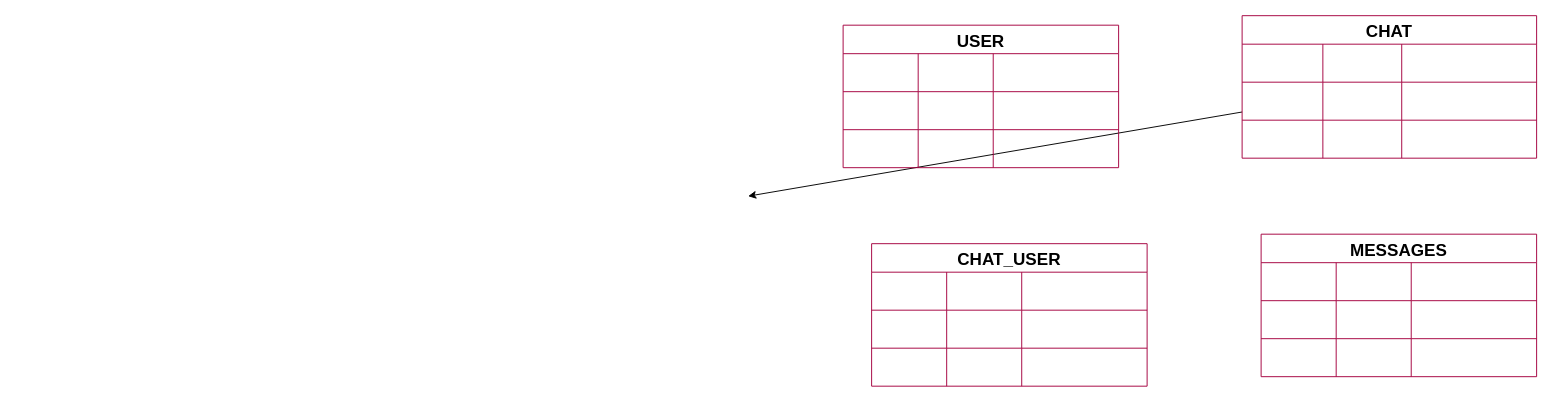
Earlier version of the draw.io diagram page "Page-2" (2 of 2) of backend/plan.drawio (m7mdmetwally1/WhatsApp). Source tidied: cells renumbered, new cells numbered last; positions are measured from the earlier drawing's top-left corner, leaving out a move shared by most shapes. Both pictures are drawn from the tidied source at 95%, with x=0, y=0 at pixel (748, 15).
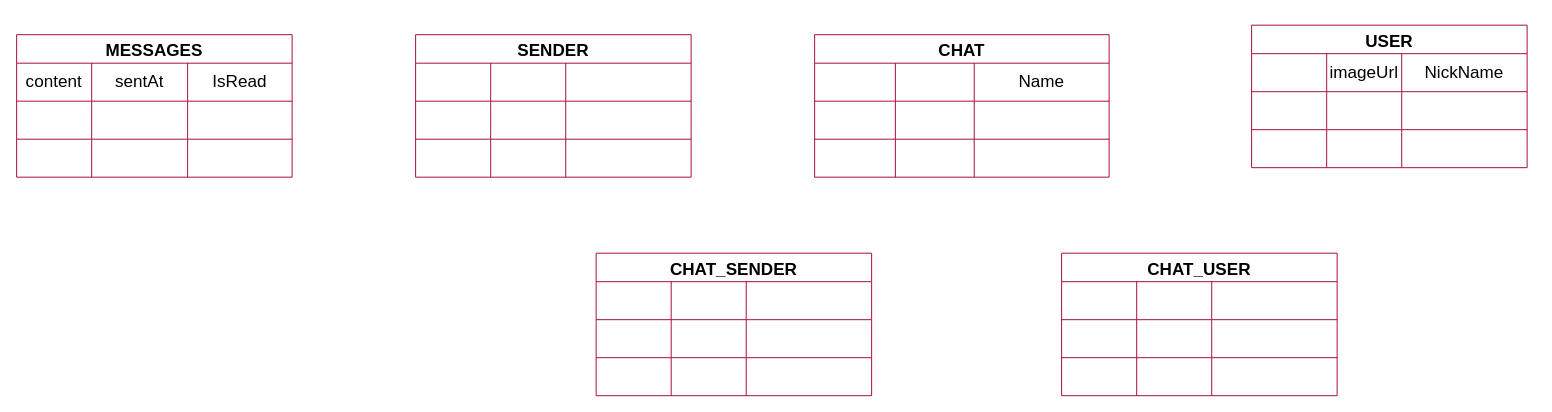
The same diagram, later.

The change refers to these unchanged cells:
```xml
<mxCell id="4" style="shape=tableRow;horizontal=0;startSize=0;swimlaneHead=0;swimlaneBody=0;top=0;left=0;bottom=0;right=0;fillColor=none;strokeColor=#A50040;fontSize=18;" parent="3" vertex="1">
  <mxGeometry y="30" width="310" height="40" as="geometry" />
</mxCell>
<mxCell id="17" style="shape=tableRow;horizontal=0;startSize=0;swimlaneHead=0;swimlaneBody=0;top=0;left=0;bottom=0;right=0;fillColor=none;strokeColor=#A50040;fontSize=18;" parent="16" vertex="1">
  <mxGeometry y="30" width="290" height="40" as="geometry" />
</mxCell>
<mxCell id="30" style="shape=tableRow;horizontal=0;startSize=0;swimlaneHead=0;swimlaneBody=0;top=0;left=0;bottom=0;right=0;fillColor=none;strokeColor=#A50040;fontSize=18;" parent="29" vertex="1">
  <mxGeometry y="30" width="290" height="40" as="geometry" />
</mxCell>
<mxCell id="34" style="shape=tableRow;horizontal=0;startSize=0;swimlaneHead=0;swimlaneBody=0;top=0;left=0;bottom=0;right=0;fillColor=none;strokeColor=#A50040;fontSize=18;" parent="29" vertex="1">
  <mxGeometry y="70" width="290" height="40" as="geometry" />
</mxCell>
<mxCell id="38" style="shape=tableRow;horizontal=0;startSize=0;swimlaneHead=0;swimlaneBody=0;top=0;left=0;bottom=0;right=0;fillColor=none;strokeColor=#A50040;fontSize=18;" parent="29" vertex="1">
  <mxGeometry y="110" width="290" height="40" as="geometry" />
</mxCell>
```

Diff of the diagram source:
```diff
@@
-    <mxCell id="2" style="edgeStyle=none;html=1;fontSize=18;" parent="1" edge="1" source="3">
-      <mxGeometry relative="1" as="geometry">
-        <mxPoint y="190" as="targetPoint" />
-      </mxGeometry>
-    </mxCell>
     <mxCell id="3" value="CHAT" style="shape=table;startSize=30;childLayout=tableLayout;fontStyle=1;align=center;strokeColor=#A50040;fontSize=18;" parent="1" vertex="1">
-      <mxGeometry x="520" width="310" height="150" as="geometry" />
+      <mxGeometry x="70" y="20" width="310" height="150" as="geometry" />
     </mxCell>
@@
-    <mxCell id="7" style="shape=partialRectangle;html=1;whiteSpace=wrap;fillColor=none;top=0;left=0;bottom=0;right=0;overflow=hidden;strokeColor=#A50040;fontSize=18;" parent="4" vertex="1">
+    <mxCell id="7" value="Name" style="shape=partialRectangle;html=1;whiteSpace=wrap;fillColor=none;top=0;left=0;bottom=0;right=0;overflow=hidden;strokeColor=#A50040;fontSize=18;" parent="4" vertex="1">
       <mxGeometry x="168" width="142" height="40" as="geometry" />
     </mxCell>
@@
     <mxCell id="16" value="USER" style="shape=table;startSize=30;childLayout=tableLayout;fontStyle=1;align=center;strokeColor=#A50040;fontSize=18;" parent="1" vertex="1">
-      <mxGeometry x="100" y="10" width="290" height="150" as="geometry" />
+      <mxGeometry x="530" y="10" width="290" height="150" as="geometry" />
     </mxCell>
@@
-    <mxCell id="19" style="shape=partialRectangle;html=1;whiteSpace=wrap;fillColor=none;top=0;left=0;bottom=0;right=0;overflow=hidden;strokeColor=#A50040;fontSize=18;" parent="17" vertex="1">
+    <mxCell id="19" value="imageUrl" style="shape=partialRectangle;html=1;whiteSpace=wrap;fillColor=none;top=0;left=0;bottom=0;right=0;overflow=hidden;strokeColor=#A50040;fontSize=18;" parent="17" vertex="1">
       <mxGeometry x="79" width="79" height="40" as="geometry" />
     </mxCell>
-    <mxCell id="20" style="shape=partialRectangle;html=1;whiteSpace=wrap;fillColor=none;top=0;left=0;bottom=0;right=0;overflow=hidden;strokeColor=#A50040;fontSize=18;" parent="17" vertex="1">
+    <mxCell id="20" value="NickName" style="shape=partialRectangle;html=1;whiteSpace=wrap;fillColor=none;top=0;left=0;bottom=0;right=0;overflow=hidden;strokeColor=#A50040;fontSize=18;" parent="17" vertex="1">
       <mxGeometry x="158" width="132" height="40" as="geometry" />
     </mxCell>
@@
     <mxCell id="29" value="MESSAGES" style="shape=table;startSize=30;childLayout=tableLayout;fontStyle=1;align=center;strokeColor=#A50040;fontSize=18;" parent="1" vertex="1">
-      <mxGeometry x="540" y="230" width="290" height="150" as="geometry" />
+      <mxGeometry x="-770" y="20" width="290" height="150" as="geometry" />
     </mxCell>
@@
-    <mxCell id="31" style="shape=partialRectangle;html=1;whiteSpace=wrap;fillColor=none;top=0;left=0;bottom=0;right=0;overflow=hidden;strokeColor=#A50040;fontSize=18;" parent="30" vertex="1">
+    <mxCell id="31" value="content" style="shape=partialRectangle;html=1;whiteSpace=wrap;fillColor=none;top=0;left=0;bottom=0;right=0;overflow=hidden;strokeColor=#A50040;fontSize=18;" parent="30" vertex="1">
       <mxGeometry width="79" height="40" as="geometry" />
     </mxCell>
-    <mxCell id="32" style="shape=partialRectangle;html=1;whiteSpace=wrap;fillColor=none;top=0;left=0;bottom=0;right=0;overflow=hidden;strokeColor=#A50040;fontSize=18;" parent="30" vertex="1">
-      <mxGeometry x="79" width="79" height="40" as="geometry" />
+    <mxCell id="32" value="sentAt" style="shape=partialRectangle;html=1;whiteSpace=wrap;fillColor=none;top=0;left=0;bottom=0;right=0;overflow=hidden;strokeColor=#A50040;fontSize=18;" parent="30" vertex="1">
+      <mxGeometry x="79" width="101" height="40" as="geometry" />
     </mxCell>
-    <mxCell id="33" style="shape=partialRectangle;html=1;whiteSpace=wrap;fillColor=none;top=0;left=0;bottom=0;right=0;overflow=hidden;strokeColor=#A50040;fontSize=18;" parent="30" vertex="1">
-      <mxGeometry x="158" width="132" height="40" as="geometry" />
+    <mxCell id="33" value="IsRead" style="shape=partialRectangle;html=1;whiteSpace=wrap;fillColor=none;top=0;left=0;bottom=0;right=0;overflow=hidden;strokeColor=#A50040;fontSize=18;" parent="30" vertex="1">
+      <mxGeometry x="180" width="110" height="40" as="geometry" />
     </mxCell>
@@
     <mxCell id="36" style="shape=partialRectangle;html=1;whiteSpace=wrap;fillColor=none;top=0;left=0;bottom=0;right=0;overflow=hidden;strokeColor=#A50040;fontSize=18;" parent="34" vertex="1">
-      <mxGeometry x="79" width="79" height="40" as="geometry" />
+      <mxGeometry x="79" width="101" height="40" as="geometry" />
     </mxCell>
     <mxCell id="37" style="shape=partialRectangle;html=1;whiteSpace=wrap;fillColor=none;top=0;left=0;bottom=0;right=0;overflow=hidden;strokeColor=#A50040;fontSize=18;" parent="34" vertex="1">
-      <mxGeometry x="158" width="132" height="40" as="geometry" />
+      <mxGeometry x="180" width="110" height="40" as="geometry" />
     </mxCell>
@@
     <mxCell id="40" style="shape=partialRectangle;html=1;whiteSpace=wrap;fillColor=none;top=0;left=0;bottom=0;right=0;overflow=hidden;strokeColor=#A50040;fontSize=18;" parent="38" vertex="1">
-      <mxGeometry x="79" width="79" height="40" as="geometry" />
+      <mxGeometry x="79" width="101" height="40" as="geometry" />
     </mxCell>
     <mxCell id="41" style="shape=partialRectangle;html=1;whiteSpace=wrap;fillColor=none;top=0;left=0;bottom=0;right=0;overflow=hidden;strokeColor=#A50040;fontSize=18;" parent="38" vertex="1">
-      <mxGeometry x="158" width="132" height="40" as="geometry" />
+      <mxGeometry x="180" width="110" height="40" as="geometry" />
     </mxCell>
-    <mxCell id="42" value="CHAT_USER" style="shape=table;startSize=30;childLayout=tableLayout;fontStyle=1;align=center;strokeColor=#A50040;fontSize=18;" parent="1" vertex="1">
-      <mxGeometry x="130" y="240" width="290" height="150" as="geometry" />
+    <mxCell id="42" value="SENDER" style="shape=table;startSize=30;childLayout=tableLayout;fontStyle=1;align=center;strokeColor=#A50040;fontSize=18;" parent="1" vertex="1">
+      <mxGeometry x="-350" y="20" width="290" height="150" as="geometry" />
     </mxCell>
@@
+    <mxCell id="55" value="CHAT_SENDER" style="shape=table;startSize=30;childLayout=tableLayout;fontStyle=1;align=center;strokeColor=#A50040;fontSize=18;" parent="1" vertex="1">
+      <mxGeometry x="-160" y="250" width="290" height="150" as="geometry" />
+    </mxCell>
+    <mxCell id="56" style="shape=tableRow;horizontal=0;startSize=0;swimlaneHead=0;swimlaneBody=0;top=0;left=0;bottom=0;right=0;fillColor=none;strokeColor=#A50040;fontSize=18;" parent="55" vertex="1">
+      <mxGeometry y="30" width="290" height="40" as="geometry" />
+    </mxCell>
+    <mxCell id="57" style="shape=partialRectangle;html=1;whiteSpace=wrap;fillColor=none;top=0;left=0;bottom=0;right=0;overflow=hidden;strokeColor=#A50040;fontSize=18;" parent="56" vertex="1">
+      <mxGeometry width="79" height="40" as="geometry" />
+    </mxCell>
+    <mxCell id="58" style="shape=partialRectangle;html=1;whiteSpace=wrap;fillColor=none;top=0;left=0;bottom=0;right=0;overflow=hidden;strokeColor=#A50040;fontSize=18;" parent="56" vertex="1">
+      <mxGeometry x="79" width="79" height="40" as="geometry" />
+    </mxCell>
+    <mxCell id="59" style="shape=partialRectangle;html=1;whiteSpace=wrap;fillColor=none;top=0;left=0;bottom=0;right=0;overflow=hidden;strokeColor=#A50040;fontSize=18;" parent="56" vertex="1">
+      <mxGeometry x="158" width="132" height="40" as="geometry" />
+    </mxCell>
+    <mxCell id="60" style="shape=tableRow;horizontal=0;startSize=0;swimlaneHead=0;swimlaneBody=0;top=0;left=0;bottom=0;right=0;fillColor=none;strokeColor=#A50040;fontSize=18;" parent="55" vertex="1">
+      <mxGeometry y="70" width="290" height="40" as="geometry" />
+    </mxCell>
+    <mxCell id="61" style="shape=partialRectangle;html=1;whiteSpace=wrap;fillColor=none;top=0;left=0;bottom=0;right=0;overflow=hidden;strokeColor=#A50040;fontSize=18;" parent="60" vertex="1">
+      <mxGeometry width="79" height="40" as="geometry" />
+    </mxCell>
+    <mxCell id="62" style="shape=partialRectangle;html=1;whiteSpace=wrap;fillColor=none;top=0;left=0;bottom=0;right=0;overflow=hidden;strokeColor=#A50040;fontSize=18;" parent="60" vertex="1">
+      <mxGeometry x="79" width="79" height="40" as="geometry" />
+    </mxCell>
+    <mxCell id="63" style="shape=partialRectangle;html=1;whiteSpace=wrap;fillColor=none;top=0;left=0;bottom=0;right=0;overflow=hidden;strokeColor=#A50040;fontSize=18;" parent="60" vertex="1">
+      <mxGeometry x="158" width="132" height="40" as="geometry" />
+    </mxCell>
+    <mxCell id="64" style="shape=tableRow;horizontal=0;startSize=0;swimlaneHead=0;swimlaneBody=0;top=0;left=0;bottom=0;right=0;fillColor=none;strokeColor=#A50040;fontSize=18;" parent="55" vertex="1">
+      <mxGeometry y="110" width="290" height="40" as="geometry" />
+    </mxCell>
+    <mxCell id="65" style="shape=partialRectangle;html=1;whiteSpace=wrap;fillColor=none;top=0;left=0;bottom=0;right=0;overflow=hidden;strokeColor=#A50040;fontSize=18;" parent="64" vertex="1">
+      <mxGeometry width="79" height="40" as="geometry" />
+    </mxCell>
+    <mxCell id="66" style="shape=partialRectangle;html=1;whiteSpace=wrap;fillColor=none;top=0;left=0;bottom=0;right=0;overflow=hidden;strokeColor=#A50040;fontSize=18;" parent="64" vertex="1">
+      <mxGeometry x="79" width="79" height="40" as="geometry" />
+    </mxCell>
+    <mxCell id="67" style="shape=partialRectangle;html=1;whiteSpace=wrap;fillColor=none;top=0;left=0;bottom=0;right=0;overflow=hidden;strokeColor=#A50040;fontSize=18;" parent="64" vertex="1">
+      <mxGeometry x="158" width="132" height="40" as="geometry" />
+    </mxCell>
+    <mxCell id="68" value="CHAT_USER" style="shape=table;startSize=30;childLayout=tableLayout;fontStyle=1;align=center;strokeColor=#A50040;fontSize=18;" parent="1" vertex="1">
+      <mxGeometry x="330" y="250" width="290" height="150" as="geometry" />
+    </mxCell>
+    <mxCell id="69" style="shape=tableRow;horizontal=0;startSize=0;swimlaneHead=0;swimlaneBody=0;top=0;left=0;bottom=0;right=0;fillColor=none;strokeColor=#A50040;fontSize=18;" parent="68" vertex="1">
+      <mxGeometry y="30" width="290" height="40" as="geometry" />
+    </mxCell>
+    <mxCell id="70" style="shape=partialRectangle;html=1;whiteSpace=wrap;fillColor=none;top=0;left=0;bottom=0;right=0;overflow=hidden;strokeColor=#A50040;fontSize=18;" parent="69" vertex="1">
+      <mxGeometry width="79" height="40" as="geometry" />
+    </mxCell>
+    <mxCell id="71" style="shape=partialRectangle;html=1;whiteSpace=wrap;fillColor=none;top=0;left=0;bottom=0;right=0;overflow=hidden;strokeColor=#A50040;fontSize=18;" parent="69" vertex="1">
+      <mxGeometry x="79" width="79" height="40" as="geometry" />
+    </mxCell>
+    <mxCell id="72" style="shape=partialRectangle;html=1;whiteSpace=wrap;fillColor=none;top=0;left=0;bottom=0;right=0;overflow=hidden;strokeColor=#A50040;fontSize=18;" parent="69" vertex="1">
+      <mxGeometry x="158" width="132" height="40" as="geometry" />
+    </mxCell>
+    <mxCell id="73" style="shape=tableRow;horizontal=0;startSize=0;swimlaneHead=0;swimlaneBody=0;top=0;left=0;bottom=0;right=0;fillColor=none;strokeColor=#A50040;fontSize=18;" parent="68" vertex="1">
+      <mxGeometry y="70" width="290" height="40" as="geometry" />
+    </mxCell>
+    <mxCell id="74" style="shape=partialRectangle;html=1;whiteSpace=wrap;fillColor=none;top=0;left=0;bottom=0;right=0;overflow=hidden;strokeColor=#A50040;fontSize=18;" parent="73" vertex="1">
+      <mxGeometry width="79" height="40" as="geometry" />
+    </mxCell>
+    <mxCell id="75" style="shape=partialRectangle;html=1;whiteSpace=wrap;fillColor=none;top=0;left=0;bottom=0;right=0;overflow=hidden;strokeColor=#A50040;fontSize=18;" parent="73" vertex="1">
+      <mxGeometry x="79" width="79" height="40" as="geometry" />
+    </mxCell>
+    <mxCell id="76" style="shape=partialRectangle;html=1;whiteSpace=wrap;fillColor=none;top=0;left=0;bottom=0;right=0;overflow=hidden;strokeColor=#A50040;fontSize=18;" parent="73" vertex="1">
+      <mxGeometry x="158" width="132" height="40" as="geometry" />
+    </mxCell>
+    <mxCell id="77" style="shape=tableRow;horizontal=0;startSize=0;swimlaneHead=0;swimlaneBody=0;top=0;left=0;bottom=0;right=0;fillColor=none;strokeColor=#A50040;fontSize=18;" parent="68" vertex="1">
+      <mxGeometry y="110" width="290" height="40" as="geometry" />
+    </mxCell>
+    <mxCell id="78" style="shape=partialRectangle;html=1;whiteSpace=wrap;fillColor=none;top=0;left=0;bottom=0;right=0;overflow=hidden;strokeColor=#A50040;fontSize=18;" parent="77" vertex="1">
+      <mxGeometry width="79" height="40" as="geometry" />
+    </mxCell>
+    <mxCell id="79" style="shape=partialRectangle;html=1;whiteSpace=wrap;fillColor=none;top=0;left=0;bottom=0;right=0;overflow=hidden;strokeColor=#A50040;fontSize=18;" parent="77" vertex="1">
+      <mxGeometry x="79" width="79" height="40" as="geometry" />
+    </mxCell>
+    <mxCell id="80" style="shape=partialRectangle;html=1;whiteSpace=wrap;fillColor=none;top=0;left=0;bottom=0;right=0;overflow=hidden;strokeColor=#A50040;fontSize=18;" parent="77" vertex="1">
+      <mxGeometry x="158" width="132" height="40" as="geometry" />
+    </mxCell>
```
